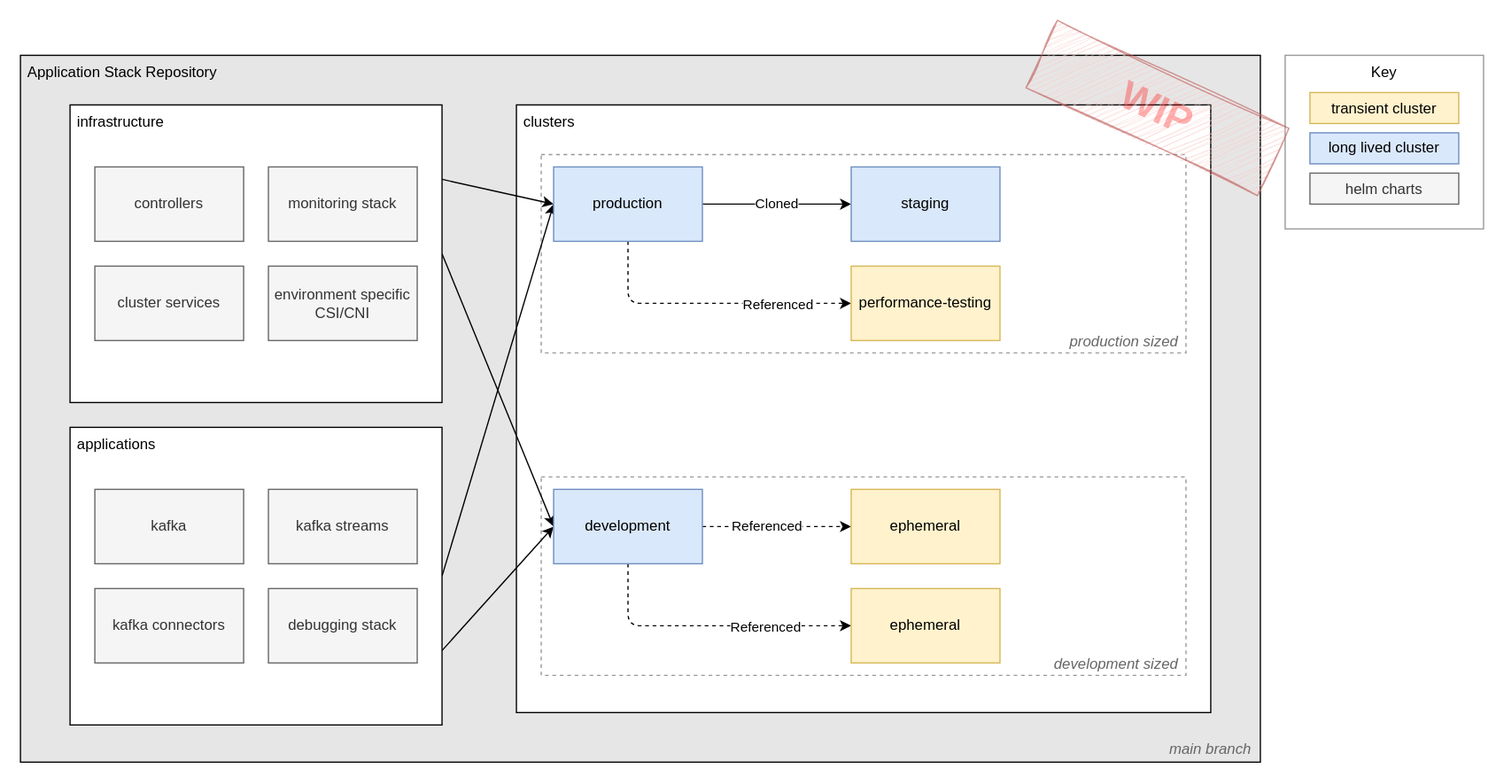
The draw.io diagram docs/repository-directory-structure.drawio.svg in danielloader/kubernetes-sdlc, before a commit. Source tidied: cells renumbered, new cells last; positions are measured from the earlier drawing's top-left corner, leaving out a move shared by most shapes.
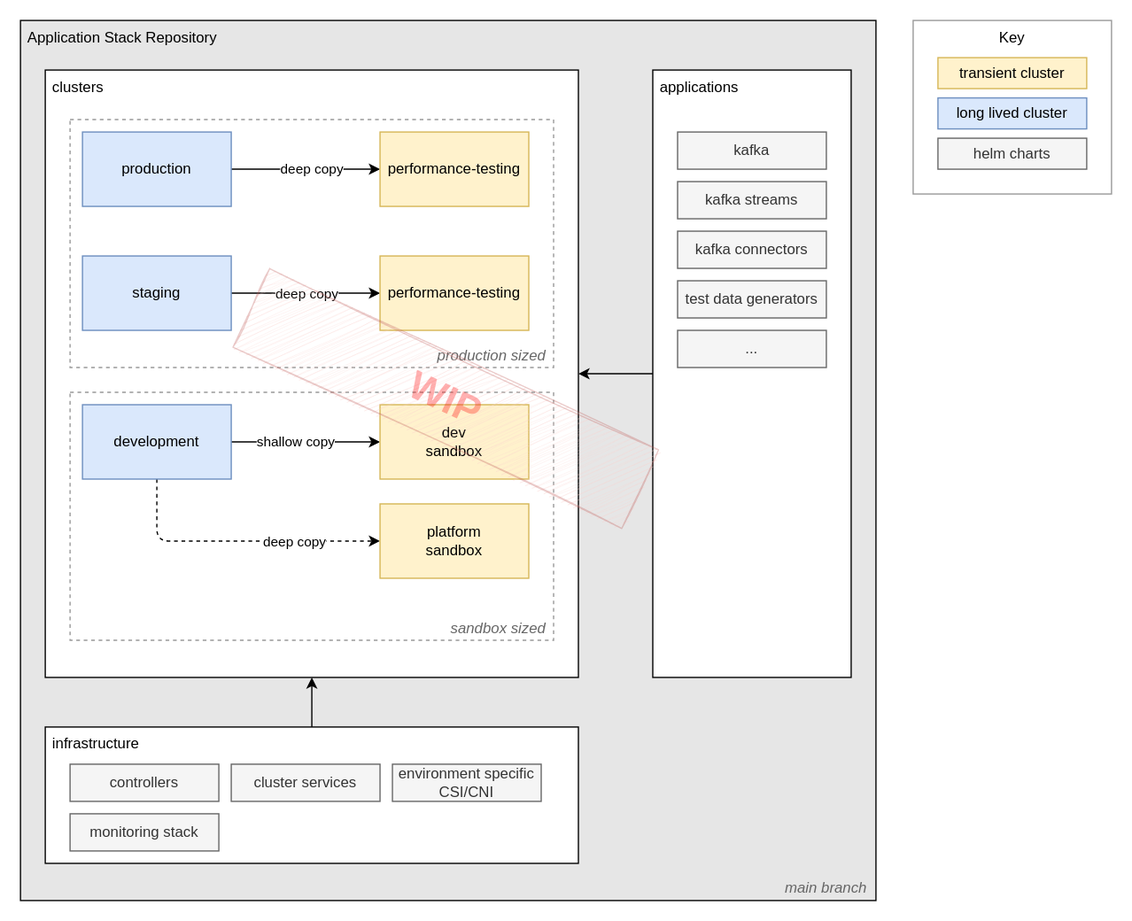
Above is the later version.

The edit, as a diff of the source:
```diff
@@ -3,123 +3,125 @@
     <mxCell id="0" />
     <mxCell id="1" parent="0" />
     <mxCell id="2" value="Application Stack Repository" style="rounded=0;whiteSpace=wrap;html=1;verticalAlign=top;align=left;fillColor=#E6E6E6;spacingLeft=4;" parent="1" vertex="1">
-      <mxGeometry width="1000" height="570" as="geometry" />
+      <mxGeometry x="200" width="690" height="710" as="geometry" />
     </mxCell>
     <mxCell id="3" value="clusters" style="rounded=0;whiteSpace=wrap;html=1;fontStyle=0;align=left;verticalAlign=top;spacingLeft=4;fontColor=#000000;" parent="1" vertex="1">
-      <mxGeometry x="400" y="40" width="560" height="490" as="geometry" />
+      <mxGeometry x="220" y="40" width="430" height="490" as="geometry" />
     </mxCell>
     <mxCell id="4" value="production sized" style="rounded=0;whiteSpace=wrap;html=1;fontColor=#666666;fillColor=none;dashed=1;verticalAlign=bottom;align=right;fontStyle=2;spacingRight=4;strokeColor=#999999;" parent="1" vertex="1">
-      <mxGeometry x="420" y="80" width="520" height="160" as="geometry" />
+      <mxGeometry x="240" y="80" width="390" height="200" as="geometry" />
     </mxCell>
-    <mxCell id="5" value="Key" style="rounded=0;whiteSpace=wrap;html=1;labelBackgroundColor=none;labelBorderColor=none;strokeColor=#999999;fontSize=12;fontColor=#000000;fillColor=none;verticalAlign=top;" parent="1" vertex="1">
-      <mxGeometry x="1020" width="160" height="140" as="geometry" />
-    </mxCell>
-    <mxCell id="6" value="development sized" style="rounded=0;whiteSpace=wrap;html=1;fontColor=#666666;fillColor=none;dashed=1;verticalAlign=bottom;align=right;fontStyle=2;spacingRight=4;strokeColor=#999999;" parent="1" vertex="1">
-      <mxGeometry x="420" y="340" width="520" height="160" as="geometry" />
+    <mxCell id="6" value="sandbox sized" style="rounded=0;whiteSpace=wrap;html=1;fontColor=#666666;fillColor=none;dashed=1;verticalAlign=bottom;align=right;fontStyle=2;spacingRight=4;strokeColor=#999999;" parent="1" vertex="1">
+      <mxGeometry x="240" y="300" width="390" height="200" as="geometry" />
     </mxCell>
-    <mxCell id="7" style="edgeStyle=none;html=1;entryX=0;entryY=0.5;entryDx=0;entryDy=0;exitX=1;exitY=0.75;exitDx=0;exitDy=0;" parent="1" edge="1" source="9" target="22">
-      <mxGeometry relative="1" as="geometry" />
-    </mxCell>
-    <mxCell id="8" style="edgeStyle=none;html=1;entryX=0;entryY=0.5;entryDx=0;entryDy=0;exitX=1;exitY=0.5;exitDx=0;exitDy=0;" parent="1" edge="1" source="9" target="16">
-      <mxGeometry relative="1" as="geometry" />
-    </mxCell>
+    <mxCell id="39" style="edgeStyle=none;html=1;entryX=1;entryY=0.5;entryDx=0;entryDy=0;" parent="1" edge="1" source="9" target="3">
+      <mxGeometry relative="1" as="geometry" />
+    </mxCell>
     <mxCell id="9" value="applications" style="rounded=0;whiteSpace=wrap;html=1;fontStyle=0;align=left;verticalAlign=top;spacingLeft=4;fontColor=#000000;" parent="1" vertex="1">
-      <mxGeometry x="40" y="300" width="300" height="240" as="geometry" />
+      <mxGeometry x="710" y="40" width="160" height="490" as="geometry" />
     </mxCell>
-    <mxCell id="10" style="html=1;entryX=0;entryY=0.5;entryDx=0;entryDy=0;exitX=1;exitY=0.25;exitDx=0;exitDy=0;" parent="1" edge="1" source="12" target="16">
-      <mxGeometry relative="1" as="geometry" />
-    </mxCell>
-    <mxCell id="11" style="edgeStyle=none;html=1;entryX=0;entryY=0.5;entryDx=0;entryDy=0;exitX=1;exitY=0.5;exitDx=0;exitDy=0;" parent="1" edge="1" source="12" target="22">
-      <mxGeometry relative="1" as="geometry" />
-    </mxCell>
+    <mxCell id="40" style="edgeStyle=none;html=1;entryX=0.5;entryY=1;entryDx=0;entryDy=0;" parent="1" edge="1" source="12" target="3">
+      <mxGeometry relative="1" as="geometry" />
+    </mxCell>
     <mxCell id="12" value="infrastructure" style="rounded=0;whiteSpace=wrap;html=1;fontStyle=0;align=left;verticalAlign=top;spacing=2;spacingLeft=4;fontColor=#000000;" parent="1" vertex="1">
-      <mxGeometry x="40" y="40" width="300" height="240" as="geometry" />
+      <mxGeometry x="220" y="570" width="430" height="110" as="geometry" />
     </mxCell>
-    <mxCell id="13" value="Cloned&amp;nbsp;" style="edgeStyle=none;html=1;" parent="1" edge="1" source="16" target="17">
-      <mxGeometry relative="1" as="geometry" />
-    </mxCell>
-    <mxCell id="14" style="edgeStyle=orthogonalEdgeStyle;html=1;entryX=0;entryY=0.5;entryDx=0;entryDy=0;exitX=0.5;exitY=1;exitDx=0;exitDy=0;dashed=1;" parent="1" edge="1" source="16" target="24">
-      <mxGeometry relative="1" as="geometry">
-        <Array as="points">
-          <mxPoint x="490" y="200" />
-        </Array>
-      </mxGeometry>
-    </mxCell>
-    <mxCell id="15" value="Referenced" style="edgeLabel;html=1;align=center;verticalAlign=middle;" parent="14" vertex="1">
-      <mxGeometry x="0.43" relative="1" as="geometry">
-        <mxPoint x="5" as="offset" />
-      </mxGeometry>
-    </mxCell>
+    <mxCell id="41" style="edgeStyle=none;html=1;entryX=0;entryY=0.5;entryDx=0;entryDy=0;" parent="1" edge="1" source="16" target="45">
+      <mxGeometry relative="1" as="geometry" />
+    </mxCell>
+    <mxCell id="42" value="deep copy" style="edgeLabel;html=1;align=center;verticalAlign=middle;" parent="41" vertex="1">
+      <mxGeometry x="0.07" y="1" relative="1" as="geometry" />
+    </mxCell>
     <mxCell id="16" value="production" style="rounded=0;whiteSpace=wrap;html=1;fillColor=#dae8fc;strokeColor=#6c8ebf;" parent="1" vertex="1">
-      <mxGeometry x="430" y="90" width="120" height="60" as="geometry" />
+      <mxGeometry x="250" y="90" width="120" height="60" as="geometry" />
     </mxCell>
+    <mxCell id="43" style="edgeStyle=none;html=1;" parent="1" edge="1" source="17" target="24">
+      <mxGeometry relative="1" as="geometry" />
+    </mxCell>
+    <mxCell id="44" value="deep copy" style="edgeLabel;html=1;align=center;verticalAlign=middle;" parent="43" vertex="1">
+      <mxGeometry x="-0.05" y="-1" relative="1" as="geometry">
+        <mxPoint x="3" y="-1" as="offset" />
+      </mxGeometry>
+    </mxCell>
     <mxCell id="17" value="staging" style="rounded=0;whiteSpace=wrap;html=1;fillColor=#dae8fc;strokeColor=#6c8ebf;" parent="1" vertex="1">
-      <mxGeometry x="670" y="90" width="120" height="60" as="geometry" />
+      <mxGeometry x="250" y="190" width="120" height="60" as="geometry" />
     </mxCell>
-    <mxCell id="18" style="edgeStyle=orthogonalEdgeStyle;html=1;dashed=1;" parent="1" edge="1" source="22" target="23">
+    <mxCell id="18" style="edgeStyle=orthogonalEdgeStyle;html=1;" parent="1" edge="1" source="22" target="23">
       <mxGeometry relative="1" as="geometry" />
     </mxCell>
-    <mxCell id="19" value="Referenced" style="edgeLabel;html=1;align=center;verticalAlign=middle;" parent="18" vertex="1">
+    <mxCell id="19" value="shallow copy" style="edgeLabel;html=1;align=center;verticalAlign=middle;" parent="18" vertex="1">
       <mxGeometry x="-0.16" y="1" relative="1" as="geometry" />
     </mxCell>
     <mxCell id="20" style="edgeStyle=orthogonalEdgeStyle;html=1;entryX=0;entryY=0.5;entryDx=0;entryDy=0;exitX=0.5;exitY=1;exitDx=0;exitDy=0;dashed=1;" parent="1" edge="1" source="22" target="32">
       <mxGeometry relative="1" as="geometry" />
     </mxCell>
-    <mxCell id="21" value="Referenced" style="edgeLabel;html=1;align=center;verticalAlign=middle;" parent="20" vertex="1">
+    <mxCell id="21" value="deep copy" style="edgeLabel;html=1;align=center;verticalAlign=middle;" parent="20" vertex="1">
       <mxGeometry x="0.34" y="-1" relative="1" as="geometry">
         <mxPoint x="6" y="-1" as="offset" />
       </mxGeometry>
     </mxCell>
     <mxCell id="22" value="development" style="rounded=0;whiteSpace=wrap;html=1;fillColor=#dae8fc;strokeColor=#6c8ebf;" parent="1" vertex="1">
-      <mxGeometry x="430" y="350" width="120" height="60" as="geometry" />
+      <mxGeometry x="250" y="310" width="120" height="60" as="geometry" />
     </mxCell>
-    <mxCell id="23" value="ephemeral" style="rounded=0;whiteSpace=wrap;html=1;fillColor=#fff2cc;strokeColor=#d6b656;" parent="1" vertex="1">
-      <mxGeometry x="670" y="350" width="120" height="60" as="geometry" />
+    <mxCell id="23" value="dev&lt;br&gt;sandbox" style="rounded=0;whiteSpace=wrap;html=1;fillColor=#fff2cc;strokeColor=#d6b656;" parent="1" vertex="1">
+      <mxGeometry x="490" y="310" width="120" height="60" as="geometry" />
     </mxCell>
     <mxCell id="24" value="performance-testing" style="rounded=0;whiteSpace=wrap;html=1;fillColor=#fff2cc;strokeColor=#d6b656;" parent="1" vertex="1">
-      <mxGeometry x="670" y="170" width="120" height="60" as="geometry" />
+      <mxGeometry x="490" y="190" width="120" height="60" as="geometry" />
     </mxCell>
     <mxCell id="25" value="controllers" style="rounded=0;whiteSpace=wrap;html=1;fontColor=#333333;fillColor=#f5f5f5;strokeColor=#666666;" parent="1" vertex="1">
-      <mxGeometry x="60" y="90" width="120" height="60" as="geometry" />
+      <mxGeometry x="240" y="600" width="120" height="30" as="geometry" />
     </mxCell>
     <mxCell id="26" value="monitoring stack" style="rounded=0;whiteSpace=wrap;html=1;fontColor=#333333;fillColor=#f5f5f5;strokeColor=#666666;" parent="1" vertex="1">
-      <mxGeometry x="200" y="90" width="120" height="60" as="geometry" />
+      <mxGeometry x="240" y="640" width="120" height="30" as="geometry" />
     </mxCell>
     <mxCell id="27" value="cluster services" style="rounded=0;whiteSpace=wrap;html=1;fontColor=#333333;fillColor=#f5f5f5;strokeColor=#666666;" parent="1" vertex="1">
-      <mxGeometry x="60" y="170" width="120" height="60" as="geometry" />
+      <mxGeometry x="370" y="600" width="120" height="30" as="geometry" />
     </mxCell>
     <mxCell id="28" value="environment specific CSI/CNI" style="rounded=0;whiteSpace=wrap;html=1;fontColor=#333333;fillColor=#f5f5f5;strokeColor=#666666;" parent="1" vertex="1">
-      <mxGeometry x="200" y="170" width="120" height="60" as="geometry" />
+      <mxGeometry x="500" y="600" width="120" height="30" as="geometry" />
     </mxCell>
     <mxCell id="29" value="kafka" style="rounded=0;whiteSpace=wrap;html=1;fontColor=#333333;fillColor=#f5f5f5;strokeColor=#666666;" parent="1" vertex="1">
-      <mxGeometry x="60" y="350" width="120" height="60" as="geometry" />
+      <mxGeometry x="730" y="90" width="120" height="30" as="geometry" />
     </mxCell>
     <mxCell id="30" value="kafka streams" style="rounded=0;whiteSpace=wrap;html=1;fontColor=#333333;fillColor=#f5f5f5;strokeColor=#666666;" parent="1" vertex="1">
-      <mxGeometry x="200" y="350" width="120" height="60" as="geometry" />
+      <mxGeometry x="730" y="130" width="120" height="30" as="geometry" />
     </mxCell>
-    <mxCell id="31" value="debugging stack" style="rounded=0;whiteSpace=wrap;html=1;fontColor=#333333;fillColor=#f5f5f5;strokeColor=#666666;" parent="1" vertex="1">
-      <mxGeometry x="200" y="430" width="120" height="60" as="geometry" />
+    <mxCell id="31" value="test data generators" style="rounded=0;whiteSpace=wrap;html=1;fontColor=#333333;fillColor=#f5f5f5;strokeColor=#666666;" parent="1" vertex="1">
+      <mxGeometry x="730" y="210" width="120" height="30" as="geometry" />
     </mxCell>
-    <mxCell id="32" value="ephemeral" style="rounded=0;whiteSpace=wrap;html=1;fillColor=#fff2cc;strokeColor=#d6b656;" parent="1" vertex="1">
-      <mxGeometry x="670" y="430" width="120" height="60" as="geometry" />
+    <mxCell id="32" value="platform&lt;br&gt;sandbox" style="rounded=0;whiteSpace=wrap;html=1;fillColor=#fff2cc;strokeColor=#d6b656;" parent="1" vertex="1">
+      <mxGeometry x="490" y="390" width="120" height="60" as="geometry" />
     </mxCell>
     <mxCell id="33" value="kafka connectors" style="rounded=0;whiteSpace=wrap;html=1;fontColor=#333333;fillColor=#f5f5f5;strokeColor=#666666;" parent="1" vertex="1">
-      <mxGeometry x="60" y="430" width="120" height="60" as="geometry" />
+      <mxGeometry x="730" y="170" width="120" height="30" as="geometry" />
     </mxCell>
     <mxCell id="34" value="main branch" style="text;html=1;strokeColor=none;fillColor=none;align=center;verticalAlign=middle;whiteSpace=wrap;rounded=0;fontColor=#666666;fontStyle=2;labelBackgroundColor=none;labelBorderColor=none;spacing=2;fontSize=12;" parent="1" vertex="1">
-      <mxGeometry x="920" y="550" width="80" height="20" as="geometry" />
+      <mxGeometry x="810" y="690" width="80" height="20" as="geometry" />
     </mxCell>
+    <mxCell id="38" value="WIP" style="text;html=1;align=center;verticalAlign=middle;whiteSpace=wrap;rounded=0;fontStyle=1;fontSize=32;labelBackgroundColor=none;sketch=1;curveFitting=1;jiggle=2;fillColor=#f8cecc;strokeColor=#b85450;opacity=60;fontColor=#FF0000;textOpacity=30;rotation=25;fillOpacity=50;strokeOpacity=50;" parent="1" vertex="1">
+      <mxGeometry x="370" y="270" width="346" height="70" as="geometry" />
+    </mxCell>
+    <mxCell id="45" value="performance-testing" style="rounded=0;whiteSpace=wrap;html=1;fillColor=#fff2cc;strokeColor=#d6b656;" parent="1" vertex="1">
+      <mxGeometry x="490" y="90" width="120" height="60" as="geometry" />
+    </mxCell>
+    <mxCell id="46" style="group;" parent="1" vertex="1">
+      <mxGeometry x="920" width="160" height="140" as="geometry" />
+    </mxCell>
+    <mxCell id="5" value="Key" style="rounded=0;whiteSpace=wrap;html=1;labelBackgroundColor=none;labelBorderColor=none;strokeColor=#999999;fontSize=12;fontColor=#000000;fillColor=none;verticalAlign=top;" parent="46" vertex="1">
+      <mxGeometry width="160" height="140" as="geometry" />
+    </mxCell>
-    <mxCell id="35" value="transient cluster" style="rounded=0;whiteSpace=wrap;html=1;labelBackgroundColor=none;labelBorderColor=none;strokeColor=#d6b656;fontSize=12;fillColor=#fff2cc;" parent="1" vertex="1">
-      <mxGeometry x="1040" y="30" width="120" height="25" as="geometry" />
+    <mxCell id="35" value="transient cluster" style="rounded=0;whiteSpace=wrap;html=1;labelBackgroundColor=none;labelBorderColor=none;strokeColor=#d6b656;fontSize=12;fillColor=#fff2cc;" parent="46" vertex="1">
+      <mxGeometry x="20" y="30" width="120" height="25" as="geometry" />
     </mxCell>
-    <mxCell id="36" value="long lived cluster" style="rounded=0;whiteSpace=wrap;html=1;labelBackgroundColor=none;labelBorderColor=none;strokeColor=#6c8ebf;fontSize=12;fillColor=#dae8fc;" parent="1" vertex="1">
-      <mxGeometry x="1040" y="62.5" width="120" height="25" as="geometry" />
+    <mxCell id="36" value="long lived cluster" style="rounded=0;whiteSpace=wrap;html=1;labelBackgroundColor=none;labelBorderColor=none;strokeColor=#6c8ebf;fontSize=12;fillColor=#dae8fc;" parent="46" vertex="1">
+      <mxGeometry x="20" y="62.5" width="120" height="25" as="geometry" />
     </mxCell>
-    <mxCell id="37" value="helm charts" style="rounded=0;whiteSpace=wrap;html=1;labelBackgroundColor=none;labelBorderColor=none;strokeColor=#666666;fontSize=12;fillColor=#f5f5f5;fontColor=#333333;" parent="1" vertex="1">
-      <mxGeometry x="1040" y="95" width="120" height="25" as="geometry" />
+    <mxCell id="37" value="helm charts" style="rounded=0;whiteSpace=wrap;html=1;labelBackgroundColor=none;labelBorderColor=none;strokeColor=#666666;fontSize=12;fillColor=#f5f5f5;fontColor=#333333;" parent="46" vertex="1">
+      <mxGeometry x="20" y="95" width="120" height="25" as="geometry" />
     </mxCell>
-    <mxCell id="38" value="WIP" style="text;html=1;align=center;verticalAlign=middle;whiteSpace=wrap;rounded=0;fontStyle=1;fontSize=32;labelBackgroundColor=none;sketch=1;curveFitting=1;jiggle=2;fillColor=#f8cecc;strokeColor=#b85450;opacity=60;fontColor=#FF0000;textOpacity=30;rotation=25;" parent="1" vertex="1">
-      <mxGeometry x="814" y="12.5" width="206" height="60" as="geometry" />
-    </mxCell>
+    <mxCell id="47" value="..." style="rounded=0;whiteSpace=wrap;html=1;fontColor=#333333;fillColor=#f5f5f5;strokeColor=#666666;" parent="1" vertex="1">
+      <mxGeometry x="730" y="250" width="120" height="30" as="geometry" />
+    </mxCell>
   </root>
 </mxGraphModel>
```
